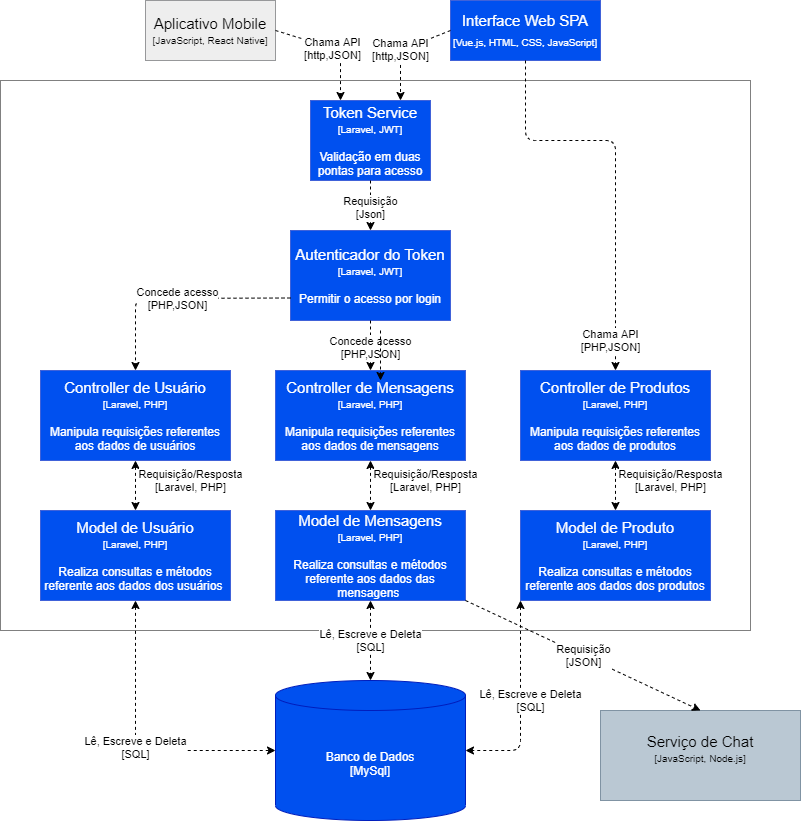
fabriciobatalha/beCliente-web keeps this draw.io diagram as Materiais Solicitados/Design da Solução.png. Above is the earlier version. Source tidied: cells renumbered, new cells last; positions are measured from the earlier drawing's top-left corner, leaving out a move shared by most shapes.
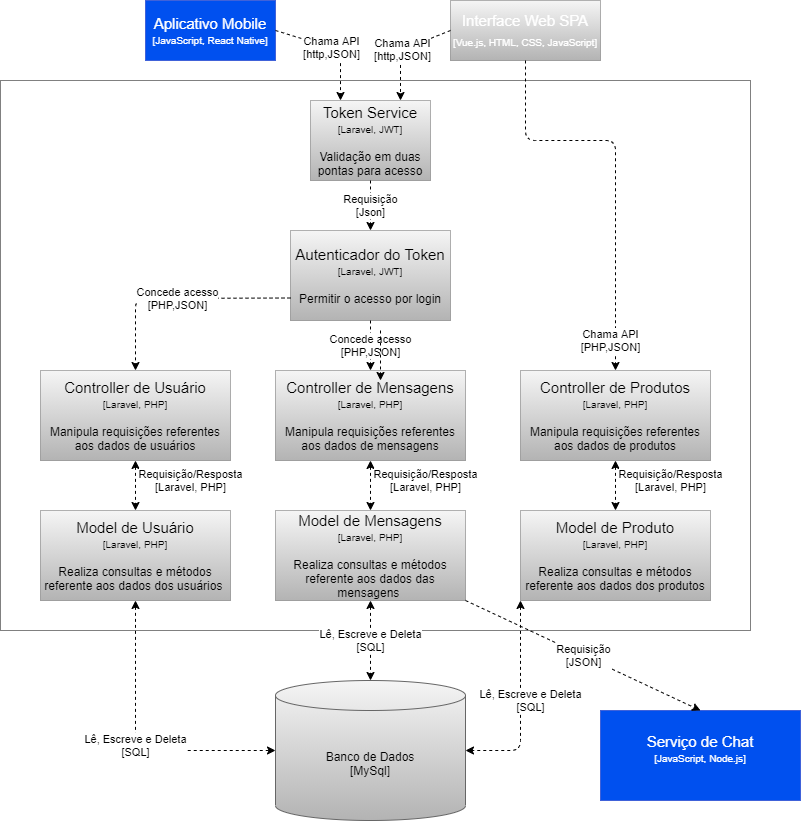
After the commit.

Commit message:
Materiais para a Bemol Digital =)

What changed in the source:
```diff
@@ -2,10 +2,10 @@
   <root>
     <mxCell id="0" />
     <mxCell id="1" parent="0" />
-    <mxCell id="2" value="&lt;font style=&quot;font-size: 15px&quot;&gt;Aplicativo Mobile&lt;/font&gt;&lt;font style=&quot;font-size: 10px&quot;&gt; [JavaScript, React Native]&lt;/font&gt;" style="rounded=0;whiteSpace=wrap;html=1;dashed=1;dashPattern=1 1;fillColor=#eeeeee;strokeColor=#36393d;" parent="1" vertex="1">
+    <mxCell id="2" value="&lt;font style=&quot;font-size: 15px&quot;&gt;Aplicativo Mobile&lt;/font&gt;&lt;font style=&quot;font-size: 10px&quot;&gt; [JavaScript, React Native]&lt;/font&gt;" style="rounded=0;whiteSpace=wrap;html=1;dashed=1;dashPattern=1 1;fillColor=#0050ef;strokeColor=#001DBC;fontColor=#ffffff;" parent="1" vertex="1">
       <mxGeometry x="145" width="130" height="60" as="geometry" />
     </mxCell>
-    <mxCell id="3" value="&lt;font style=&quot;font-size: 10px&quot;&gt;&lt;span style=&quot;color: rgb(255 , 255 , 255) ; font-size: 15px&quot;&gt;Interface Web SPA&lt;/span&gt;&lt;br style=&quot;color: rgb(255 , 255 , 255) ; font-size: 15px&quot;&gt;&lt;span style=&quot;color: rgb(255 , 255 , 255)&quot;&gt;[Vue.js, HTML, CSS, JavaScript]&lt;/span&gt;&lt;br&gt;&lt;/font&gt;" style="rounded=0;whiteSpace=wrap;html=1;dashed=1;dashPattern=1 1;fillColor=#0050ef;strokeColor=#001DBC;fontColor=#ffffff;" parent="1" vertex="1">
+    <mxCell id="3" value="&lt;font style=&quot;font-size: 10px&quot;&gt;&lt;span style=&quot;color: rgb(255 , 255 , 255) ; font-size: 15px&quot;&gt;Interface Web SPA&lt;/span&gt;&lt;br style=&quot;color: rgb(255 , 255 , 255) ; font-size: 15px&quot;&gt;&lt;span style=&quot;color: rgb(255 , 255 , 255)&quot;&gt;[Vue.js, HTML, CSS, JavaScript]&lt;/span&gt;&lt;br&gt;&lt;/font&gt;" style="rounded=0;whiteSpace=wrap;html=1;dashed=1;dashPattern=1 1;fillColor=#f5f5f5;strokeColor=#666666;gradientColor=#b3b3b3;" parent="1" vertex="1">
       <mxGeometry x="450" width="150" height="60" as="geometry" />
     </mxCell>
     <mxCell id="4" style="group;dashed=1;" parent="1" vertex="1">
@@ -14,22 +14,22 @@
     <mxCell id="5" style="rounded=0;whiteSpace=wrap;html=1;dashed=1;dashPattern=1 1;fillColor=none;" parent="4" vertex="1">
       <mxGeometry width="750" height="550" as="geometry" />
     </mxCell>
-    <mxCell id="6" value="&lt;font style=&quot;font-size: 15px&quot;&gt;Token Service&lt;/font&gt;&lt;br&gt;&lt;font&gt;&lt;span style=&quot;font-size: 10px&quot;&gt;[Laravel, JWT]&lt;/span&gt;&lt;br&gt;&lt;br&gt;&lt;font style=&quot;font-size: 12px&quot;&gt;Validação em duas pontas para acesso&lt;/font&gt;&lt;br&gt;&lt;/font&gt;" style="rounded=0;whiteSpace=wrap;html=1;dashed=1;dashPattern=1 1;fillColor=#0050ef;strokeColor=#001DBC;fontColor=#ffffff;" parent="4" vertex="1">
+    <mxCell id="6" value="&lt;font style=&quot;font-size: 15px&quot;&gt;Token Service&lt;/font&gt;&lt;br&gt;&lt;font&gt;&lt;span style=&quot;font-size: 10px&quot;&gt;[Laravel, JWT]&lt;/span&gt;&lt;br&gt;&lt;br&gt;&lt;font style=&quot;font-size: 12px&quot;&gt;Validação em duas pontas para acesso&lt;/font&gt;&lt;br&gt;&lt;/font&gt;" style="rounded=0;whiteSpace=wrap;html=1;dashed=1;dashPattern=1 1;fillColor=#f5f5f5;strokeColor=#666666;gradientColor=#b3b3b3;" parent="4" vertex="1">
       <mxGeometry x="310" y="20" width="120" height="80" as="geometry" />
     </mxCell>
-    <mxCell id="7" value="&lt;font style=&quot;font-size: 15px&quot;&gt;Autenticador do Token&lt;/font&gt;&lt;br&gt;&lt;font&gt;&lt;span style=&quot;font-size: 10px&quot;&gt;[Laravel, JWT]&lt;/span&gt;&lt;br&gt;&lt;br&gt;&lt;font style=&quot;font-size: 12px&quot;&gt;Permitir o acesso por login&lt;/font&gt;&lt;br&gt;&lt;/font&gt;" style="rounded=0;whiteSpace=wrap;html=1;dashed=1;dashPattern=1 1;fillColor=#0050ef;strokeColor=#001DBC;fontColor=#ffffff;" parent="4" vertex="1">
+    <mxCell id="7" value="&lt;font style=&quot;font-size: 15px&quot;&gt;Autenticador do Token&lt;/font&gt;&lt;br&gt;&lt;font&gt;&lt;span style=&quot;font-size: 10px&quot;&gt;[Laravel, JWT]&lt;/span&gt;&lt;br&gt;&lt;br&gt;&lt;font style=&quot;font-size: 12px&quot;&gt;Permitir o acesso por login&lt;/font&gt;&lt;br&gt;&lt;/font&gt;" style="rounded=0;whiteSpace=wrap;html=1;dashed=1;dashPattern=1 1;fillColor=#f5f5f5;strokeColor=#666666;gradientColor=#b3b3b3;" parent="4" vertex="1">
       <mxGeometry x="290" y="150" width="160" height="90" as="geometry" />
     </mxCell>
     <mxCell id="8" value="Requisição&lt;br&gt;[Json]" style="endArrow=classic;html=1;dashed=1;exitX=0.5;exitY=1;exitDx=0;exitDy=0;entryX=0.5;entryY=0;entryDx=0;entryDy=0;" parent="4" edge="1" source="6" target="7">
       <mxGeometry relative="1" as="geometry" />
     </mxCell>
-    <mxCell id="9" value="&lt;font style=&quot;font-size: 15px&quot;&gt;Controller de Usuário&lt;/font&gt;&lt;br&gt;&lt;font&gt;&lt;span style=&quot;font-size: 10px&quot;&gt;[Laravel, PHP]&lt;/span&gt;&lt;br&gt;&lt;br&gt;&lt;font style=&quot;font-size: 12px&quot;&gt;Manipula requisições referentes aos dados de usuários&lt;/font&gt;&lt;br&gt;&lt;/font&gt;" style="rounded=0;whiteSpace=wrap;html=1;dashed=1;dashPattern=1 1;fillColor=#0050ef;strokeColor=#001DBC;fontColor=#ffffff;" parent="4" vertex="1">
+    <mxCell id="9" value="&lt;font style=&quot;font-size: 15px&quot;&gt;Controller de Usuário&lt;/font&gt;&lt;br&gt;&lt;font&gt;&lt;span style=&quot;font-size: 10px&quot;&gt;[Laravel, PHP]&lt;/span&gt;&lt;br&gt;&lt;br&gt;&lt;font style=&quot;font-size: 12px&quot;&gt;Manipula requisições referentes aos dados de usuários&lt;/font&gt;&lt;br&gt;&lt;/font&gt;" style="rounded=0;whiteSpace=wrap;html=1;dashed=1;dashPattern=1 1;fillColor=#f5f5f5;strokeColor=#666666;gradientColor=#b3b3b3;" parent="4" vertex="1">
       <mxGeometry x="40" y="290" width="190" height="90" as="geometry" />
     </mxCell>
-    <mxCell id="10" value="&lt;font style=&quot;font-size: 15px&quot;&gt;Controller de Mensagens&lt;/font&gt;&lt;br&gt;&lt;font&gt;&lt;span style=&quot;font-size: 10px&quot;&gt;[Laravel, PHP]&lt;/span&gt;&lt;br&gt;&lt;br&gt;Manipula requisições referentes aos dados de mensagens&lt;br&gt;&lt;/font&gt;" style="rounded=0;whiteSpace=wrap;html=1;dashed=1;dashPattern=1 1;fillColor=#0050ef;strokeColor=#001DBC;fontColor=#ffffff;" parent="4" vertex="1">
+    <mxCell id="10" value="&lt;font style=&quot;font-size: 15px&quot;&gt;Controller de Mensagens&lt;/font&gt;&lt;br&gt;&lt;font&gt;&lt;span style=&quot;font-size: 10px&quot;&gt;[Laravel, PHP]&lt;/span&gt;&lt;br&gt;&lt;br&gt;Manipula requisições referentes aos dados de mensagens&lt;br&gt;&lt;/font&gt;" style="rounded=0;whiteSpace=wrap;html=1;dashed=1;dashPattern=1 1;fillColor=#f5f5f5;strokeColor=#666666;gradientColor=#b3b3b3;" parent="4" vertex="1">
       <mxGeometry x="275" y="290" width="190" height="90" as="geometry" />
     </mxCell>
-    <mxCell id="11" value="&lt;font style=&quot;font-size: 15px&quot;&gt;Controller de Produtos&lt;/font&gt;&lt;br&gt;&lt;font&gt;&lt;span style=&quot;font-size: 10px&quot;&gt;[Laravel, PHP]&lt;/span&gt;&lt;br&gt;&lt;br&gt;&lt;font style=&quot;font-size: 12px&quot;&gt;Manipula requisições referentes aos dados de produtos&lt;/font&gt;&lt;br&gt;&lt;/font&gt;" style="rounded=0;whiteSpace=wrap;html=1;dashed=1;dashPattern=1 1;fillColor=#0050ef;strokeColor=#001DBC;fontColor=#ffffff;" parent="4" vertex="1">
+    <mxCell id="11" value="&lt;font style=&quot;font-size: 15px&quot;&gt;Controller de Produtos&lt;/font&gt;&lt;br&gt;&lt;font&gt;&lt;span style=&quot;font-size: 10px&quot;&gt;[Laravel, PHP]&lt;/span&gt;&lt;br&gt;&lt;br&gt;&lt;font style=&quot;font-size: 12px&quot;&gt;Manipula requisições referentes aos dados de produtos&lt;/font&gt;&lt;br&gt;&lt;/font&gt;" style="rounded=0;whiteSpace=wrap;html=1;dashed=1;dashPattern=1 1;fillColor=#f5f5f5;strokeColor=#666666;gradientColor=#b3b3b3;" parent="4" vertex="1">
       <mxGeometry x="520" y="290" width="190" height="90" as="geometry" />
     </mxCell>
     <mxCell id="12" value="Concede acesso&lt;br&gt;[PHP,JSON]" style="endArrow=classic;html=1;dashed=1;exitX=0;exitY=0.75;exitDx=0;exitDy=0;entryX=0.5;entryY=0;entryDx=0;entryDy=0;" parent="4" edge="1" source="7" target="9">
@@ -42,13 +42,13 @@
     <mxCell id="13" value="Concede acesso&lt;br&gt;[PHP,JSON]" style="endArrow=classic;html=1;dashed=1;exitX=0.5;exitY=1;exitDx=0;exitDy=0;entryX=0.5;entryY=0;entryDx=0;entryDy=0;" parent="4" edge="1" source="7" target="10">
       <mxGeometry relative="1" as="geometry" />
     </mxCell>
-    <mxCell id="14" value="&lt;font style=&quot;font-size: 15px&quot;&gt;Model de Usuário&lt;/font&gt;&lt;br&gt;&lt;font&gt;&lt;span style=&quot;font-size: 10px&quot;&gt;[Laravel, PHP]&lt;/span&gt;&lt;br&gt;&lt;br&gt;Realiza consultas e métodos referente aos dados dos usuários&amp;nbsp;&lt;br&gt;&lt;/font&gt;" style="rounded=0;whiteSpace=wrap;html=1;dashed=1;dashPattern=1 1;fillColor=#0050ef;strokeColor=#001DBC;fontColor=#ffffff;" parent="4" vertex="1">
+    <mxCell id="14" value="&lt;font style=&quot;font-size: 15px&quot;&gt;Model de Usuário&lt;/font&gt;&lt;br&gt;&lt;font&gt;&lt;span style=&quot;font-size: 10px&quot;&gt;[Laravel, PHP]&lt;/span&gt;&lt;br&gt;&lt;br&gt;Realiza consultas e métodos referente aos dados dos usuários&amp;nbsp;&lt;br&gt;&lt;/font&gt;" style="rounded=0;whiteSpace=wrap;html=1;dashed=1;dashPattern=1 1;fillColor=#f5f5f5;strokeColor=#666666;gradientColor=#b3b3b3;" parent="4" vertex="1">
       <mxGeometry x="40" y="430" width="190" height="90" as="geometry" />
     </mxCell>
-    <mxCell id="15" value="&lt;font style=&quot;font-size: 15px&quot;&gt;Model de Mensagens&lt;/font&gt;&lt;br&gt;&lt;font&gt;&lt;span style=&quot;font-size: 10px&quot;&gt;[Laravel, PHP]&lt;/span&gt;&lt;br&gt;&lt;br&gt;Realiza consultas e métodos referente aos dados das mensagens&amp;nbsp;&lt;br&gt;&lt;/font&gt;" style="rounded=0;whiteSpace=wrap;html=1;dashed=1;dashPattern=1 1;fillColor=#0050ef;strokeColor=#001DBC;fontColor=#ffffff;" parent="4" vertex="1">
+    <mxCell id="15" value="&lt;font style=&quot;font-size: 15px&quot;&gt;Model de Mensagens&lt;/font&gt;&lt;br&gt;&lt;font&gt;&lt;span style=&quot;font-size: 10px&quot;&gt;[Laravel, PHP]&lt;/span&gt;&lt;br&gt;&lt;br&gt;Realiza consultas e métodos referente aos dados das mensagens&amp;nbsp;&lt;br&gt;&lt;/font&gt;" style="rounded=0;whiteSpace=wrap;html=1;dashed=1;dashPattern=1 1;fillColor=#f5f5f5;strokeColor=#666666;gradientColor=#b3b3b3;" parent="4" vertex="1">
       <mxGeometry x="275" y="430" width="190" height="90" as="geometry" />
     </mxCell>
-    <mxCell id="16" value="&lt;font style=&quot;font-size: 15px&quot;&gt;Model de&amp;nbsp;&lt;/font&gt;&lt;span style=&quot;font-size: 15px&quot;&gt;Produto&lt;/span&gt;&lt;br&gt;&lt;font&gt;&lt;span style=&quot;font-size: 10px&quot;&gt;[Laravel, PHP]&lt;/span&gt;&lt;br&gt;&lt;br&gt;Realiza consultas e métodos referente aos dados dos produtos&lt;br&gt;&lt;/font&gt;" style="rounded=0;whiteSpace=wrap;html=1;dashed=1;dashPattern=1 1;fillColor=#0050ef;strokeColor=#001DBC;fontColor=#ffffff;" parent="4" vertex="1">
+    <mxCell id="16" value="&lt;font style=&quot;font-size: 15px&quot;&gt;Model de&amp;nbsp;&lt;/font&gt;&lt;span style=&quot;font-size: 15px&quot;&gt;Produto&lt;/span&gt;&lt;br&gt;&lt;font&gt;&lt;span style=&quot;font-size: 10px&quot;&gt;[Laravel, PHP]&lt;/span&gt;&lt;br&gt;&lt;br&gt;Realiza consultas e métodos referente aos dados dos produtos&lt;br&gt;&lt;/font&gt;" style="rounded=0;whiteSpace=wrap;html=1;dashed=1;dashPattern=1 1;fillColor=#f5f5f5;strokeColor=#666666;gradientColor=#b3b3b3;" parent="4" vertex="1">
       <mxGeometry x="520" y="430" width="190" height="90" as="geometry" />
     </mxCell>
     <mxCell id="17" value="Requisição/Resposta&lt;br&gt;[Laravel, PHP]" style="endArrow=classic;startArrow=classic;html=1;dashed=1;exitX=0.5;exitY=1;exitDx=0;exitDy=0;entryX=0.5;entryY=0;entryDx=0;entryDy=0;" parent="4" edge="1">
@@ -77,7 +77,7 @@
         </Array>
       </mxGeometry>
     </mxCell>
-    <mxCell id="22" value="Banco de Dados&lt;br&gt;[MySql]" style="shape=cylinder3;whiteSpace=wrap;html=1;boundedLbl=1;backgroundOutline=1;size=15;fillColor=#0050ef;strokeColor=#001DBC;fontColor=#ffffff;" parent="1" vertex="1">
+    <mxCell id="22" value="Banco de Dados&lt;br&gt;[MySql]" style="shape=cylinder3;whiteSpace=wrap;html=1;boundedLbl=1;backgroundOutline=1;size=15;fillColor=#f5f5f5;strokeColor=#666666;gradientColor=#b3b3b3;" parent="1" vertex="1">
       <mxGeometry x="275" y="680" width="190" height="140" as="geometry" />
     </mxCell>
     <mxCell id="23" value="Lê, Escreve e Deleta&lt;br&gt;[SQL]" style="endArrow=classic;startArrow=classic;html=1;dashed=1;exitX=0.5;exitY=1;exitDx=0;exitDy=0;entryX=0;entryY=0.5;entryDx=0;entryDy=0;entryPerimeter=0;" parent="1" edge="1" source="14" target="22">
@@ -97,7 +97,7 @@
         </Array>
       </mxGeometry>
     </mxCell>
-    <mxCell id="26" value="&lt;font style=&quot;font-size: 15px&quot;&gt;Serviço de Chat&lt;/font&gt;&lt;br&gt;&lt;font&gt;&lt;span style=&quot;font-size: 10px&quot;&gt;[JavaScript, Node.js]&lt;/span&gt;&lt;br&gt;&lt;br&gt;&lt;/font&gt;" style="rounded=0;whiteSpace=wrap;html=1;dashed=1;dashPattern=1 1;fillColor=#bac8d3;strokeColor=#23445d;" parent="1" vertex="1">
+    <mxCell id="26" value="&lt;font style=&quot;font-size: 15px&quot;&gt;Serviço de Chat&lt;/font&gt;&lt;br&gt;&lt;font&gt;&lt;span style=&quot;font-size: 10px&quot;&gt;[JavaScript, Node.js]&lt;/span&gt;&lt;br&gt;&lt;br&gt;&lt;/font&gt;" style="rounded=0;whiteSpace=wrap;html=1;dashed=1;dashPattern=1 1;fillColor=#0050ef;strokeColor=#001DBC;fontColor=#ffffff;" parent="1" vertex="1">
       <mxGeometry x="600" y="710" width="200" height="90" as="geometry" />
     </mxCell>
     <mxCell id="27" value="Requisição&lt;br&gt;[JSON]" style="endArrow=classic;html=1;dashed=1;entryX=0.5;entryY=0;entryDx=0;entryDy=0;exitX=1;exitY=1;exitDx=0;exitDy=0;" parent="1" edge="1" source="15" target="26">
```
